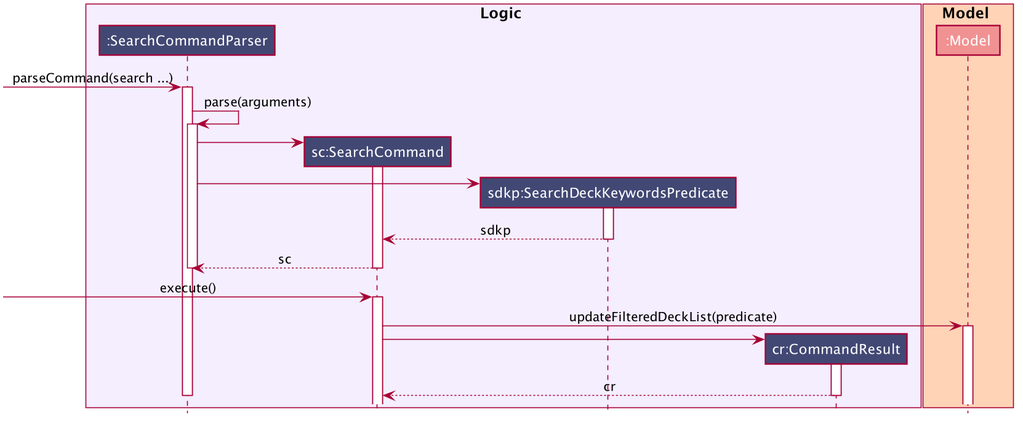
Above: docs/images/SearchFilterDiagram.png in sigmund-c/main (PlantUML), before the change.
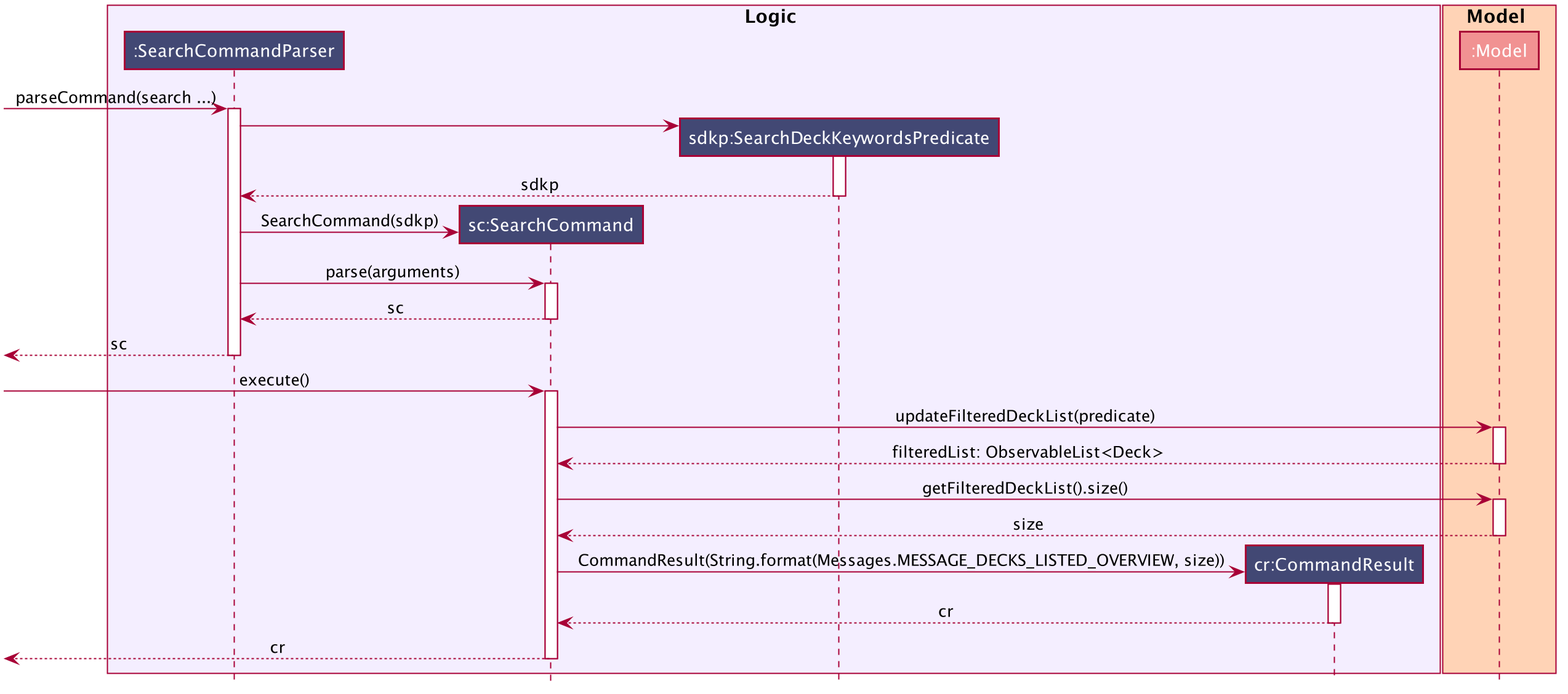
The same diagram one commit later.

The edit, as a diff of the source:
```diff
@@ -20,8 +20,8 @@
 }
 
 skinparam Actor {
-    BorderColor #000000
-    Color #000000
+    BorderColor #FFFFFF
+    Color #FFFFFF
     FontName Arial
 }
 
@@ -63,21 +63,22 @@
 [-> SearchCommandParser: parseCommand(search ...)
 activate SearchCommandParser
 
-SearchCommandParser -> SearchCommandParser: parse(arguments)
-activate SearchCommandParser
-
-create SearchCommand
-SearchCommandParser -> SearchCommand
-activate SearchCommand
-
 create SearchDeckKeywordsPredicate
 SearchCommandParser -> SearchDeckKeywordsPredicate
 activate SearchDeckKeywordsPredicate
+SearchDeckKeywordsPredicate --> SearchCommandParser: sdkp
+deactivate SearchDeckKeywordsPredicate
 
-SearchDeckKeywordsPredicate --> SearchCommand: sdkp
-deactivate SearchDeckKeywordsPredicate
+create SearchCommand
+SearchCommandParser -> SearchCommand: SearchCommand(sdkp)
+SearchCommandParser -> SearchCommand: parse(arguments)
+
+activate SearchCommand
+
 SearchCommand --> SearchCommandParser: sc
 deactivate SearchCommand
+
+[<-- SearchCommandParser: sc
 deactivate SearchCommandParser
 
 [-> SearchCommand: execute()
@@ -86,13 +87,22 @@
 SearchCommand -> Model: updateFilteredDeckList(predicate)
 activate Model
 
+Model --> SearchCommand: filteredList: ObservableList<Deck>
+deactivate Model
+
+SearchCommand -> Model: getFilteredDeckList().size()
+activate Model
+Model --> SearchCommand: size
+deactivate Model
+
 create CommandResult
-SearchCommand -> CommandResult
+SearchCommand -> CommandResult: CommandResult(String.format(Messages.MESSAGE_DECKS_LISTED_OVERVIEW, size))
 
 activate CommandResult
 CommandResult --> SearchCommand: cr
 deactivate CommandResult
 
-deactivate SearchCommandParser
+[<-- SearchCommand: cr
+deactivate SearchCommand
 
 @enduml
```
